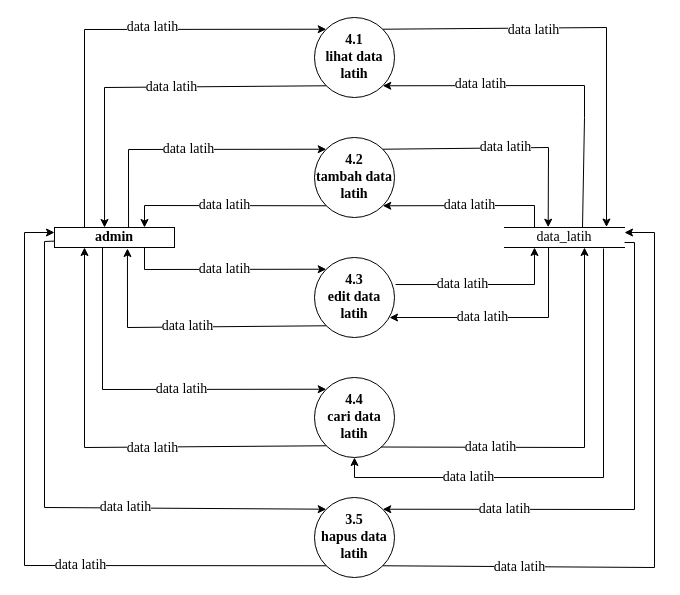
Above: DFD PROSES 4.drawio in destiaarinihairunnisa/ProgramAntrian (draw.io), before the change. Source tidied: cells renumbered, new cells numbered last; positions are measured from the earlier drawing's top-left corner, leaving out a move shared by most shapes. Both pictures are drawn from the tidied source at 100%, with x=0, y=0 at pixel (24, 17).
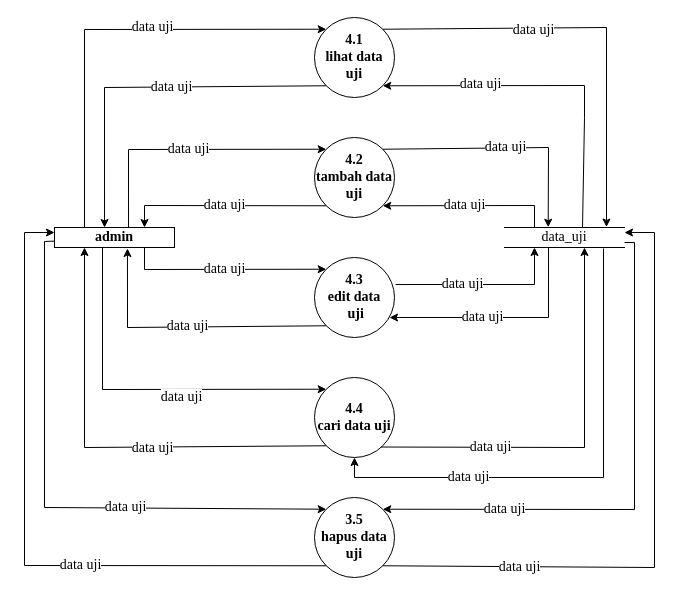
The same diagram, later.

Unchanged cells that the change refers to:
```xml
<mxCell id="7" value="admin" style="rounded=0;whiteSpace=wrap;html=1;fontFamily=Times New Roman;fontSize=14;fontStyle=1;" parent="1" vertex="1">
  <mxGeometry x="30" y="210" width="120" height="20" as="geometry" />
</mxCell>
```

The edit, as a diff of the source:
```diff
@@
-    <mxCell id="2" value="4.1&lt;br style=&quot;font-size: 14px;&quot;&gt;lihat data latih" style="ellipse;whiteSpace=wrap;html=1;fontFamily=Times New Roman;fontSize=14;fontStyle=1;" parent="1" vertex="1">
+    <mxCell id="2" value="4.1&lt;br style=&quot;font-size: 14px;&quot;&gt;lihat data &lt;br&gt;uji" style="ellipse;whiteSpace=wrap;html=1;fontFamily=Times New Roman;fontSize=14;fontStyle=1;" parent="1" vertex="1">
       <mxGeometry x="290" width="80" height="80" as="geometry" />
     </mxCell>
-    <mxCell id="3" value="4.2&lt;br style=&quot;font-size: 14px;&quot;&gt;tambah data latih" style="ellipse;whiteSpace=wrap;html=1;fontFamily=Times New Roman;fontSize=14;fontStyle=1;" parent="1" vertex="1">
+    <mxCell id="3" value="4.2&lt;br style=&quot;font-size: 14px;&quot;&gt;tambah data uji" style="ellipse;whiteSpace=wrap;html=1;fontFamily=Times New Roman;fontSize=14;fontStyle=1;" parent="1" vertex="1">
       <mxGeometry x="290" y="120" width="80" height="80" as="geometry" />
     </mxCell>
-    <mxCell id="4" value="4.3&lt;br style=&quot;font-size: 14px;&quot;&gt;edit data latih" style="ellipse;whiteSpace=wrap;html=1;fontFamily=Times New Roman;fontSize=14;fontStyle=1;" parent="1" vertex="1">
+    <mxCell id="4" value="4.3&lt;br style=&quot;font-size: 14px;&quot;&gt;edit data&lt;br&gt;&amp;nbsp;uji" style="ellipse;whiteSpace=wrap;html=1;fontFamily=Times New Roman;fontSize=14;fontStyle=1;" parent="1" vertex="1">
       <mxGeometry x="290" y="240" width="80" height="80" as="geometry" />
     </mxCell>
-    <mxCell id="5" value="4.4&lt;br style=&quot;font-size: 14px;&quot;&gt;cari data latih" style="ellipse;whiteSpace=wrap;html=1;fontFamily=Times New Roman;fontSize=14;fontStyle=1;" parent="1" vertex="1">
+    <mxCell id="5" value="4.4&lt;br style=&quot;font-size: 14px;&quot;&gt;cari data uji" style="ellipse;whiteSpace=wrap;html=1;fontFamily=Times New Roman;fontSize=14;fontStyle=1;" parent="1" vertex="1">
       <mxGeometry x="290" y="360" width="80" height="80" as="geometry" />
     </mxCell>
-    <mxCell id="6" value="3.5&lt;br style=&quot;font-size: 14px;&quot;&gt;hapus data latih" style="ellipse;whiteSpace=wrap;html=1;fontFamily=Times New Roman;fontSize=14;fontStyle=1;" parent="1" vertex="1">
+    <mxCell id="6" value="3.5&lt;br style=&quot;font-size: 14px;&quot;&gt;hapus data uji" style="ellipse;whiteSpace=wrap;html=1;fontFamily=Times New Roman;fontSize=14;fontStyle=1;" parent="1" vertex="1">
       <mxGeometry x="290" y="480" width="80" height="80" as="geometry" />
     </mxCell>
@@
-    <mxCell id="8" value="data_latih" style="shape=partialRectangle;whiteSpace=wrap;html=1;left=0;right=0;fillColor=none;fontFamily=Times New Roman;fontSize=14;" parent="1" vertex="1">
+    <mxCell id="8" value="data_uji" style="shape=partialRectangle;whiteSpace=wrap;html=1;left=0;right=0;fillColor=none;fontFamily=Times New Roman;fontSize=14;" parent="1" vertex="1">
       <mxGeometry x="480" y="210" width="120" height="20" as="geometry" />
     </mxCell>
-    <mxCell id="9" value="data latih" style="endArrow=classic;html=1;rounded=0;exitX=0.25;exitY=0;exitDx=0;exitDy=0;entryX=0;entryY=0;entryDx=0;entryDy=0;fontFamily=Times New Roman;fontSize=14;" parent="1" edge="1" source="7" target="2">
+    <mxCell id="9" value="data uji" style="endArrow=classic;html=1;rounded=0;exitX=0.25;exitY=0;exitDx=0;exitDy=0;entryX=0;entryY=0;entryDx=0;entryDy=0;fontFamily=Times New Roman;fontSize=14;" parent="1" edge="1" source="7" target="2">
       <mxGeometry x="0.21" y="2" relative="1" as="geometry">
         <Array as="points">
           <mxPoint x="60" y="12" />
         </Array>
       </mxGeometry>
     </mxCell>
-    <mxCell id="10" value="data latih" style="endArrow=classic;html=1;rounded=0;exitX=0;exitY=1;exitDx=0;exitDy=0;entryX=0.417;entryY=0;entryDx=0;entryDy=0;entryPerimeter=0;fontFamily=Times New Roman;fontSize=14;" parent="1" edge="1" source="2" target="7">
+    <mxCell id="10" value="data uji" style="endArrow=classic;html=1;rounded=0;exitX=0;exitY=1;exitDx=0;exitDy=0;entryX=0.417;entryY=0;entryDx=0;entryDy=0;entryPerimeter=0;fontFamily=Times New Roman;fontSize=14;" parent="1" edge="1" source="2" target="7">
       <mxGeometry x="-0.15" y="1" relative="1" as="geometry">
         <Array as="points">
           <mxPoint x="80" y="70" />
         </Array>
         <mxPoint x="-1" as="offset" />
       </mxGeometry>
     </mxCell>
-    <mxCell id="11" value="data latih" style="endArrow=classic;html=1;rounded=0;exitX=0.617;exitY=-0.025;exitDx=0;exitDy=0;exitPerimeter=0;entryX=0;entryY=0;entryDx=0;entryDy=0;fontFamily=Times New Roman;fontSize=14;" parent="1" edge="1" source="7" target="3">
+    <mxCell id="11" value="data uji" style="endArrow=classic;html=1;rounded=0;exitX=0.617;exitY=-0.025;exitDx=0;exitDy=0;exitPerimeter=0;entryX=0;entryY=0;entryDx=0;entryDy=0;fontFamily=Times New Roman;fontSize=14;" parent="1" edge="1" source="7" target="3">
       <mxGeometry relative="1" as="geometry">
         <Array as="points">
           <mxPoint x="104" y="132" />
         </Array>
       </mxGeometry>
     </mxCell>
-    <mxCell id="12" value="data latih" style="endArrow=classic;html=1;rounded=0;exitX=0;exitY=1;exitDx=0;exitDy=0;entryX=0.75;entryY=0;entryDx=0;entryDy=0;fontFamily=Times New Roman;fontSize=14;" parent="1" edge="1" source="3" target="7">
+    <mxCell id="12" value="data uji" style="endArrow=classic;html=1;rounded=0;exitX=0;exitY=1;exitDx=0;exitDy=0;entryX=0.75;entryY=0;entryDx=0;entryDy=0;fontFamily=Times New Roman;fontSize=14;" parent="1" edge="1" source="3" target="7">
       <mxGeometry relative="1" as="geometry">
         <Array as="points">
           <mxPoint x="120" y="188" />
         </Array>
       </mxGeometry>
     </mxCell>
-    <mxCell id="13" value="data latih" style="endArrow=classic;html=1;rounded=0;exitX=0.25;exitY=0;exitDx=0;exitDy=0;entryX=1;entryY=1;entryDx=0;entryDy=0;fontFamily=Times New Roman;fontSize=14;" parent="1" edge="1" source="8" target="3">
-      <mxGeometry relative="1" as="geometry">
+    <mxCell id="13" value="data uji" style="endArrow=classic;html=1;rounded=0;exitX=0.25;exitY=0;exitDx=0;exitDy=0;entryX=1;entryY=1;entryDx=0;entryDy=0;fontFamily=Times New Roman;fontSize=14;" parent="1" edge="1" source="8" target="3">
+      <mxGeometry x="0.06" relative="1" as="geometry">
         <Array as="points">
           <mxPoint x="510" y="188" />
         </Array>
       </mxGeometry>
     </mxCell>
-    <mxCell id="14" value="data latih" style="endArrow=classic;html=1;rounded=0;exitX=1;exitY=0;exitDx=0;exitDy=0;entryX=0.364;entryY=-0.014;entryDx=0;entryDy=0;entryPerimeter=0;fontFamily=Times New Roman;fontSize=14;" parent="1" edge="1" source="3" target="8">
+    <mxCell id="14" value="data uji" style="endArrow=classic;html=1;rounded=0;exitX=1;exitY=0;exitDx=0;exitDy=0;entryX=0.364;entryY=-0.014;entryDx=0;entryDy=0;entryPerimeter=0;fontFamily=Times New Roman;fontSize=14;" parent="1" edge="1" source="3" target="8">
       <mxGeometry relative="1" as="geometry">
         <Array as="points">
           <mxPoint x="524" y="130" />
         </Array>
       </mxGeometry>
     </mxCell>
-    <mxCell id="15" value="data latih" style="endArrow=classic;html=1;rounded=0;exitX=0.65;exitY=0;exitDx=0;exitDy=0;exitPerimeter=0;entryX=1;entryY=1;entryDx=0;entryDy=0;fontFamily=Times New Roman;fontSize=14;" parent="1" edge="1" source="8" target="2">
+    <mxCell id="15" value="data uji" style="endArrow=classic;html=1;rounded=0;exitX=0.65;exitY=0;exitDx=0;exitDy=0;exitPerimeter=0;entryX=1;entryY=1;entryDx=0;entryDy=0;fontFamily=Times New Roman;fontSize=14;" parent="1" edge="1" source="8" target="2">
       <mxGeometry x="0.43" y="-1" relative="1" as="geometry">
         <Array as="points">
           <mxPoint x="560" y="100" />
           <mxPoint x="560" y="68" />
         </Array>
       </mxGeometry>
     </mxCell>
-    <mxCell id="16" value="data latih" style="endArrow=classic;html=1;rounded=0;exitX=1;exitY=0;exitDx=0;exitDy=0;entryX=0.85;entryY=-0.025;entryDx=0;entryDy=0;entryPerimeter=0;fontFamily=Times New Roman;fontSize=14;" parent="1" edge="1" source="2" target="8">
+    <mxCell id="16" value="data uji" style="endArrow=classic;html=1;rounded=0;exitX=1;exitY=0;exitDx=0;exitDy=0;entryX=0.85;entryY=-0.025;entryDx=0;entryDy=0;entryPerimeter=0;fontFamily=Times New Roman;fontSize=14;" parent="1" edge="1" source="2" target="8">
       <mxGeometry x="-0.29" y="-2" relative="1" as="geometry">
         <Array as="points">
           <mxPoint x="582" y="10" />
         </Array>
         <mxPoint x="1" as="offset" />
       </mxGeometry>
     </mxCell>
-    <mxCell id="17" value="data latih" style="endArrow=classic;html=1;rounded=0;exitX=0.75;exitY=1;exitDx=0;exitDy=0;entryX=0;entryY=0;entryDx=0;entryDy=0;fontFamily=Times New Roman;fontSize=14;" parent="1" edge="1" source="7" target="4">
+    <mxCell id="17" value="data uji" style="endArrow=classic;html=1;rounded=0;exitX=0.75;exitY=1;exitDx=0;exitDy=0;entryX=0;entryY=0;entryDx=0;entryDy=0;fontFamily=Times New Roman;fontSize=14;" parent="1" edge="1" source="7" target="4">
       <mxGeometry relative="1" as="geometry">
         <Array as="points">
           <mxPoint x="120" y="252" />
         </Array>
       </mxGeometry>
     </mxCell>
-    <mxCell id="18" value="data latih" style="endArrow=classic;html=1;rounded=0;entryX=0.608;entryY=1.05;entryDx=0;entryDy=0;entryPerimeter=0;exitX=0;exitY=1;exitDx=0;exitDy=0;fontFamily=Times New Roman;fontSize=14;" parent="1" edge="1" source="4" target="7">
+    <mxCell id="18" value="data uji" style="endArrow=classic;html=1;rounded=0;entryX=0.608;entryY=1.05;entryDx=0;entryDy=0;entryPerimeter=0;exitX=0;exitY=1;exitDx=0;exitDy=0;fontFamily=Times New Roman;fontSize=14;" parent="1" edge="1" source="4" target="7">
       <mxGeometry relative="1" as="geometry">
         <Array as="points">
           <mxPoint x="103" y="310" />
         </Array>
       </mxGeometry>
     </mxCell>
-    <mxCell id="19" value="data latih" style="endArrow=classic;html=1;rounded=0;exitX=1.013;exitY=0.338;exitDx=0;exitDy=0;entryX=0.25;entryY=1;entryDx=0;entryDy=0;exitPerimeter=0;fontFamily=Times New Roman;fontSize=14;" parent="1" edge="1" source="4" target="8">
+    <mxCell id="19" value="data uji" style="endArrow=classic;html=1;rounded=0;exitX=1.013;exitY=0.338;exitDx=0;exitDy=0;entryX=0.25;entryY=1;entryDx=0;entryDy=0;exitPerimeter=0;fontFamily=Times New Roman;fontSize=14;" parent="1" edge="1" source="4" target="8">
       <mxGeometry x="-0.24" relative="1" as="geometry">
         <Array as="points">
           <mxPoint x="510" y="267" />
         </Array>
       </mxGeometry>
     </mxCell>
-    <mxCell id="20" value="data latih" style="endArrow=classic;html=1;rounded=0;entryX=0.938;entryY=0.75;entryDx=0;entryDy=0;entryPerimeter=0;exitX=0.367;exitY=1;exitDx=0;exitDy=0;exitPerimeter=0;fontFamily=Times New Roman;fontSize=14;" parent="1" edge="1" source="8" target="4">
+    <mxCell id="20" value="data uji" style="endArrow=classic;html=1;rounded=0;entryX=0.938;entryY=0.75;entryDx=0;entryDy=0;entryPerimeter=0;exitX=0.367;exitY=1;exitDx=0;exitDy=0;exitPerimeter=0;fontFamily=Times New Roman;fontSize=14;" parent="1" edge="1" source="8" target="4">
       <mxGeometry x="0.19" relative="1" as="geometry">
         <Array as="points">
           <mxPoint x="524" y="300" />
         </Array>
       </mxGeometry>
     </mxCell>
-    <mxCell id="21" value="&#10;&lt;span style=&quot;color: rgb(0, 0, 0); font-family: &amp;quot;Times New Roman&amp;quot;; font-size: 14px; font-style: normal; font-variant-ligatures: normal; font-variant-caps: normal; font-weight: 400; letter-spacing: normal; orphans: 2; text-align: center; text-indent: 0px; text-transform: none; widows: 2; word-spacing: 0px; -webkit-text-stroke-width: 0px; background-color: rgb(255, 255, 255); text-decoration-thickness: initial; text-decoration-style: initial; text-decoration-color: initial; float: none; display: inline !important;&quot;&gt;data latih&lt;/span&gt;&#10;&#10;" style="endArrow=classic;html=1;rounded=0;exitX=0.4;exitY=1;exitDx=0;exitDy=0;exitPerimeter=0;entryX=0;entryY=0;entryDx=0;entryDy=0;fontFamily=Times New Roman;fontSize=14;" parent="1" edge="1" source="7" target="5">
+    <mxCell id="21" value="data uji" style="endArrow=classic;html=1;rounded=0;exitX=0.4;exitY=1;exitDx=0;exitDy=0;exitPerimeter=0;entryX=0;entryY=0;entryDx=0;entryDy=0;fontFamily=Times New Roman;fontSize=14;" parent="1" edge="1" source="7" target="5">
       <mxGeometry x="0.21" y="-8" relative="1" as="geometry">
         <Array as="points">
           <mxPoint x="78" y="372" />
         </Array>
       </mxGeometry>
     </mxCell>
-    <mxCell id="22" value="data latih" style="endArrow=classic;html=1;rounded=0;exitX=0;exitY=1;exitDx=0;exitDy=0;entryX=0.25;entryY=1;entryDx=0;entryDy=0;fontFamily=Times New Roman;fontSize=14;" parent="1" edge="1" source="5" target="7">
+    <mxCell id="22" value="data uji" style="endArrow=classic;html=1;rounded=0;exitX=0;exitY=1;exitDx=0;exitDy=0;entryX=0.25;entryY=1;entryDx=0;entryDy=0;fontFamily=Times New Roman;fontSize=14;" parent="1" edge="1" source="5" target="7">
       <mxGeometry x="-0.21" y="1" relative="1" as="geometry">
         <Array as="points">
           <mxPoint x="60" y="430" />
         </Array>
       </mxGeometry>
     </mxCell>
-    <mxCell id="23" value="data latih" style="endArrow=classic;html=1;rounded=0;entryX=0;entryY=0;entryDx=0;entryDy=0;exitX=-0.001;exitY=0.68;exitDx=0;exitDy=0;exitPerimeter=0;fontFamily=Times New Roman;fontSize=14;" parent="1" edge="1" source="7" target="6">
+    <mxCell id="23" value="data uji" style="endArrow=classic;html=1;rounded=0;entryX=0;entryY=0;entryDx=0;entryDy=0;exitX=-0.001;exitY=0.68;exitDx=0;exitDy=0;exitPerimeter=0;fontFamily=Times New Roman;fontSize=14;" parent="1" edge="1" source="7" target="6">
       <mxGeometry x="0.28" relative="1" as="geometry">
         <Array as="points">
           <mxPoint x="20" y="224" />
           <mxPoint x="20" y="490" />
         </Array>
       </mxGeometry>
     </mxCell>
-    <mxCell id="24" value="data latih" style="endArrow=classic;html=1;rounded=0;entryX=0;entryY=0.25;entryDx=0;entryDy=0;exitX=0;exitY=1;exitDx=0;exitDy=0;fontFamily=Times New Roman;fontSize=14;" parent="1" edge="1" source="6" target="7">
+    <mxCell id="24" value="data uji" style="endArrow=classic;html=1;rounded=0;entryX=0;entryY=0.25;entryDx=0;entryDy=0;exitX=0;exitY=1;exitDx=0;exitDy=0;fontFamily=Times New Roman;fontSize=14;" parent="1" edge="1" source="6" target="7">
       <mxGeometry x="-0.26" relative="1" as="geometry">
         <Array as="points">
           <mxPoint y="548" />
           <mxPoint y="215" />
         </Array>
       </mxGeometry>
     </mxCell>
-    <mxCell id="25" value="data latih" style="endArrow=classic;html=1;rounded=0;fontFamily=Times New Roman;fontSize=14;exitX=0.832;exitY=0.869;exitDx=0;exitDy=0;exitPerimeter=0;" parent="1" edge="1" source="5">
+    <mxCell id="25" value="data uji" style="endArrow=classic;html=1;rounded=0;fontFamily=Times New Roman;fontSize=14;exitX=0.832;exitY=0.869;exitDx=0;exitDy=0;exitPerimeter=0;" parent="1" edge="1" source="5">
       <mxGeometry x="-0.46" relative="1" as="geometry">
         <mxPoint x="560" y="230" as="targetPoint" />
         <Array as="points">
           <mxPoint x="560" y="430" />
         </Array>
       </mxGeometry>
     </mxCell>
-    <mxCell id="26" value="data latih" style="endArrow=classic;html=1;rounded=0;fontFamily=Times New Roman;fontSize=14;exitX=0.825;exitY=1.05;exitDx=0;exitDy=0;exitPerimeter=0;entryX=0.5;entryY=1;entryDx=0;entryDy=0;" parent="1" edge="1" source="8" target="5">
+    <mxCell id="26" value="data uji" style="endArrow=classic;html=1;rounded=0;fontFamily=Times New Roman;fontSize=14;exitX=0.825;exitY=1.05;exitDx=0;exitDy=0;exitPerimeter=0;entryX=0.5;entryY=1;entryDx=0;entryDy=0;" parent="1" edge="1" source="8" target="5">
       <mxGeometry x="0.46" relative="1" as="geometry">
         <Array as="points">
           <mxPoint x="579" y="460" />
           <mxPoint x="330" y="460" />
         </Array>
       </mxGeometry>
     </mxCell>
-    <mxCell id="27" value="data latih" style="endArrow=classic;html=1;rounded=0;fontFamily=Times New Roman;fontSize=14;entryX=1;entryY=0;entryDx=0;entryDy=0;exitX=1;exitY=0.75;exitDx=0;exitDy=0;" parent="1" edge="1" source="8" target="6">
+    <mxCell id="27" value="data uji" style="endArrow=classic;html=1;rounded=0;fontFamily=Times New Roman;fontSize=14;entryX=1;entryY=0;entryDx=0;entryDy=0;exitX=1;exitY=0.75;exitDx=0;exitDy=0;" parent="1" edge="1" source="8" target="6">
       <mxGeometry x="0.54" relative="1" as="geometry">
         <Array as="points">
           <mxPoint x="610" y="225" />
           <mxPoint x="610" y="492" />
         </Array>
       </mxGeometry>
     </mxCell>
-    <mxCell id="28" value="data latih" style="endArrow=classic;html=1;rounded=0;fontFamily=Times New Roman;fontSize=14;entryX=1;entryY=0.25;entryDx=0;entryDy=0;exitX=1;exitY=1;exitDx=0;exitDy=0;" parent="1" edge="1" source="6" target="8">
+    <mxCell id="28" value="data uji" style="endArrow=classic;html=1;rounded=0;fontFamily=Times New Roman;fontSize=14;entryX=1;entryY=0.25;entryDx=0;entryDy=0;exitX=1;exitY=1;exitDx=0;exitDy=0;" parent="1" edge="1" source="6" target="8">
       <mxGeometry x="-0.57" y="-1" relative="1" as="geometry">
         <Array as="points">
           <mxPoint x="630" y="550" />
           <mxPoint x="630" y="215" />
         </Array>
       </mxGeometry>
     </mxCell>
```
